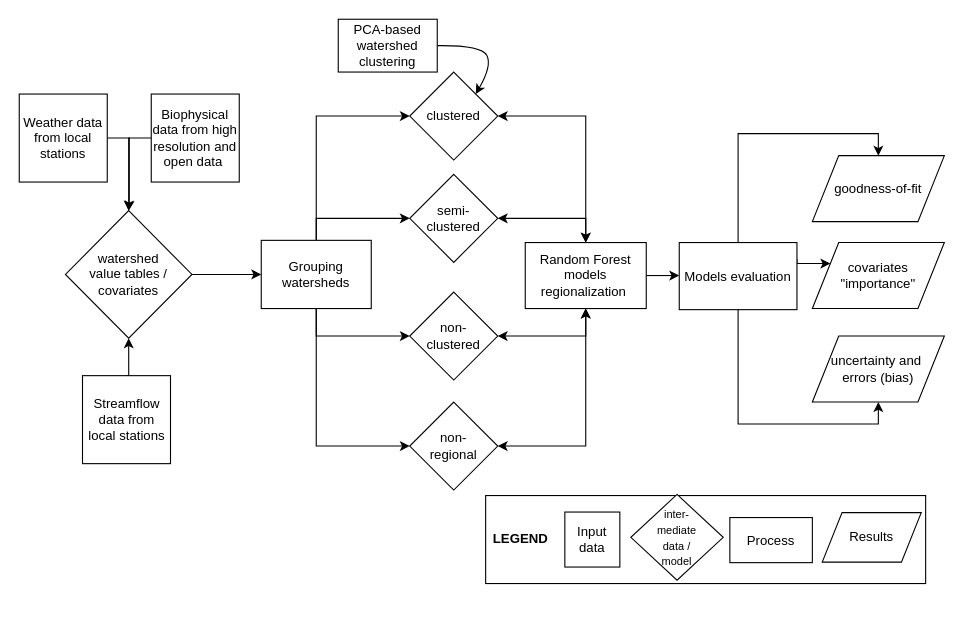
Above: streamflow_new.drawio in arnanaraza/diagrams (draw.io), before the change. Source tidied: cells renumbered, new cells numbered last; positions are measured from the earlier drawing's top-left corner, leaving out a move shared by most shapes. Both pictures are drawn from the tidied source at 110%, with x=0, y=0 at pixel (19, 19).
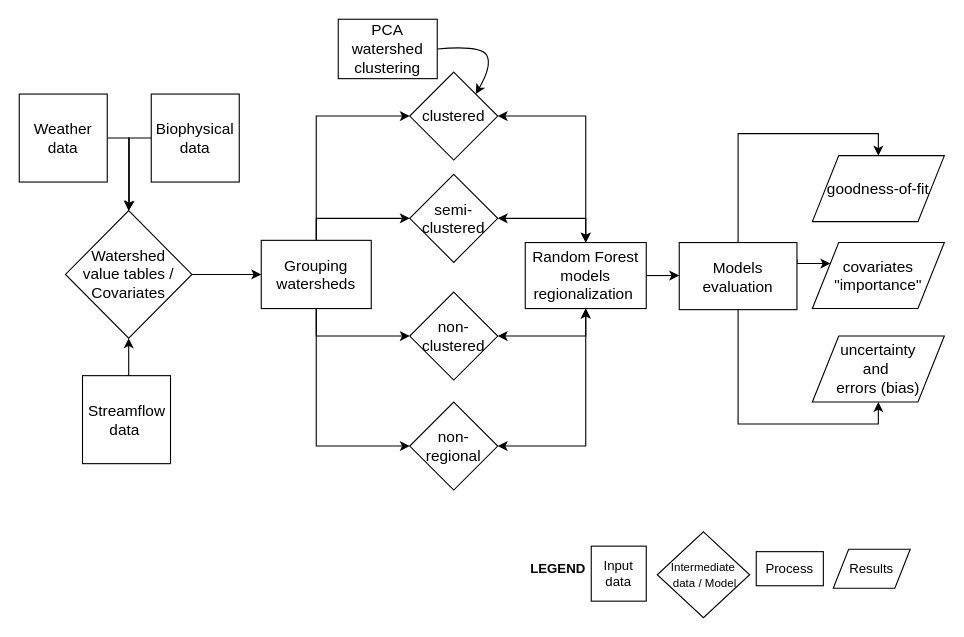
The same page after the edit.

What changed in the source:
```diff
@@
-    <mxCell id="2" style="rounded=0;whiteSpace=wrap;html=1;" parent="1" vertex="1">
-      <mxGeometry x="424" y="433" width="400" height="80" as="geometry" />
-    </mxCell>
@@
-    <mxCell id="7" value="Grouping watersheds" style="rounded=0;whiteSpace=wrap;html=1;" parent="1" vertex="1">
+    <mxCell id="7" value="&lt;font style=&quot;font-size: 14px&quot;&gt;Grouping watersheds&lt;/font&gt;" style="rounded=0;whiteSpace=wrap;html=1;" parent="1" vertex="1">
       <mxGeometry x="220" y="201" width="100" height="62" as="geometry" />
     </mxCell>
@@
-    <mxCell id="12" value="Random Forest models regionalization&amp;nbsp;" style="rounded=0;whiteSpace=wrap;html=1;" parent="1" vertex="1">
+    <mxCell id="12" value="&lt;font style=&quot;font-size: 14px&quot;&gt;Random Forest models regionalization&amp;nbsp;&lt;/font&gt;" style="rounded=0;whiteSpace=wrap;html=1;" parent="1" vertex="1">
       <mxGeometry x="460" y="203" width="110" height="60" as="geometry" />
     </mxCell>
@@
-    <mxCell id="14" value="watershed &lt;br&gt;value tables / covariates" style="rhombus;whiteSpace=wrap;html=1;" parent="1" vertex="1">
+    <mxCell id="14" value="&lt;font style=&quot;font-size: 14px&quot;&gt;Watershed &lt;br&gt;value tables / Covariates&lt;/font&gt;" style="rhombus;whiteSpace=wrap;html=1;" parent="1" vertex="1">
       <mxGeometry x="42" y="174" width="115" height="116" as="geometry" />
     </mxCell>
@@
-    <mxCell id="16" value="&lt;span&gt;Biophysical data from high resolution and open data&amp;nbsp;&lt;/span&gt;" style="whiteSpace=wrap;html=1;" parent="1" vertex="1">
+    <mxCell id="16" value="&lt;span&gt;&lt;font style=&quot;font-size: 14px&quot;&gt;Biophysical data&lt;/font&gt;&lt;/span&gt;" style="whiteSpace=wrap;html=1;" parent="1" vertex="1">
       <mxGeometry x="120" y="68" width="80" height="80" as="geometry" />
     </mxCell>
@@
-    <mxCell id="18" value="&lt;span&gt;Weather data from local stations&lt;/span&gt;" style="whiteSpace=wrap;html=1;" parent="1" vertex="1">
+    <mxCell id="18" value="&lt;font style=&quot;font-size: 14px&quot;&gt;Weather data&lt;/font&gt;" style="whiteSpace=wrap;html=1;" parent="1" vertex="1">
       <mxGeometry y="68" width="80" height="80" as="geometry" />
     </mxCell>
@@
-    <mxCell id="20" value="&lt;span&gt;Streamflow data from local stations&lt;/span&gt;" style="whiteSpace=wrap;html=1;" parent="1" vertex="1">
+    <mxCell id="20" value="&lt;span&gt;&lt;font style=&quot;font-size: 14px&quot;&gt;Streamflow data&amp;nbsp;&lt;/font&gt;&lt;/span&gt;" style="whiteSpace=wrap;html=1;" parent="1" vertex="1">
       <mxGeometry x="57.5" y="324" width="80" height="80" as="geometry" />
     </mxCell>
@@
-    <mxCell id="22" value="clustered" style="rhombus;whiteSpace=wrap;html=1;" parent="1" vertex="1">
+    <mxCell id="22" value="&lt;font style=&quot;font-size: 14px&quot;&gt;clustered&lt;/font&gt;" style="rhombus;whiteSpace=wrap;html=1;" parent="1" vertex="1">
       <mxGeometry x="355" y="48" width="80" height="80" as="geometry" />
     </mxCell>
-    <mxCell id="23" value="semi-clustered" style="rhombus;whiteSpace=wrap;html=1;" parent="1" vertex="1">
+    <mxCell id="23" value="&lt;font style=&quot;font-size: 14px&quot;&gt;semi-clustered&lt;/font&gt;" style="rhombus;whiteSpace=wrap;html=1;" parent="1" vertex="1">
       <mxGeometry x="355" y="141" width="80" height="80" as="geometry" />
     </mxCell>
-    <mxCell id="24" value="non-&lt;br&gt;clustered" style="rhombus;whiteSpace=wrap;html=1;" parent="1" vertex="1">
+    <mxCell id="24" value="&lt;font style=&quot;font-size: 14px&quot;&gt;non-&lt;br&gt;clustered&lt;/font&gt;" style="rhombus;whiteSpace=wrap;html=1;" parent="1" vertex="1">
       <mxGeometry x="355" y="248" width="80" height="80" as="geometry" />
     </mxCell>
-    <mxCell id="25" value="non-&lt;br&gt;regional" style="rhombus;whiteSpace=wrap;html=1;" parent="1" vertex="1">
+    <mxCell id="25" value="&lt;font style=&quot;font-size: 14px&quot;&gt;non-&lt;br&gt;regional&lt;/font&gt;" style="rhombus;whiteSpace=wrap;html=1;" parent="1" vertex="1">
       <mxGeometry x="355" y="348" width="80" height="80" as="geometry" />
     </mxCell>
@@
-    <mxCell id="29" value="Models evaluation" style="rounded=0;whiteSpace=wrap;html=1;" parent="1" vertex="1">
+    <mxCell id="29" value="&lt;font style=&quot;font-size: 14px&quot;&gt;Models evaluation&lt;/font&gt;" style="rounded=0;whiteSpace=wrap;html=1;" parent="1" vertex="1">
       <mxGeometry x="600" y="203" width="107" height="61" as="geometry" />
     </mxCell>
@@
-    <mxCell id="31" value="goodness-of-fit" style="shape=parallelogram;perimeter=parallelogramPerimeter;whiteSpace=wrap;html=1;" parent="1" vertex="1">
+    <mxCell id="31" value="&lt;font style=&quot;font-size: 14px&quot;&gt;goodness-of-fit&lt;/font&gt;" style="shape=parallelogram;perimeter=parallelogramPerimeter;whiteSpace=wrap;html=1;" parent="1" vertex="1">
       <mxGeometry x="721" y="124" width="120" height="60" as="geometry" />
     </mxCell>
-    <mxCell id="32" value="covariates &quot;importance&quot;" style="shape=parallelogram;perimeter=parallelogramPerimeter;whiteSpace=wrap;html=1;" parent="1" vertex="1">
+    <mxCell id="32" value="&lt;font style=&quot;font-size: 14px&quot;&gt;covariates &quot;importance&quot;&lt;/font&gt;" style="shape=parallelogram;perimeter=parallelogramPerimeter;whiteSpace=wrap;html=1;" parent="1" vertex="1">
       <mxGeometry x="721" y="203" width="120" height="60" as="geometry" />
     </mxCell>
-    <mxCell id="33" value="uncertainty and&amp;nbsp;&lt;br&gt;errors (bias)" style="shape=parallelogram;perimeter=parallelogramPerimeter;whiteSpace=wrap;html=1;" parent="1" vertex="1">
+    <mxCell id="33" value="&lt;font style=&quot;font-size: 14px&quot;&gt;uncertainty &lt;br&gt;and&amp;nbsp;&lt;br&gt;errors (bias)&lt;/font&gt;" style="shape=parallelogram;perimeter=parallelogramPerimeter;whiteSpace=wrap;html=1;" parent="1" vertex="1">
       <mxGeometry x="721" y="288" width="120" height="60" as="geometry" />
     </mxCell>
     <mxCell id="34" value="&lt;span&gt;Input data&lt;/span&gt;" style="whiteSpace=wrap;html=1;" parent="1" vertex="1">
-      <mxGeometry x="496" y="448" width="50" height="50" as="geometry" />
+      <mxGeometry x="520" y="479" width="50" height="50" as="geometry" />
     </mxCell>
-    <mxCell id="35" value="&lt;font style=&quot;font-size: 10px&quot;&gt;inter-&lt;br&gt;mediate &lt;br&gt;data /&lt;br&gt;model&lt;/font&gt;" style="rhombus;whiteSpace=wrap;html=1;" parent="1" vertex="1">
-      <mxGeometry x="556" y="432" width="84" height="78" as="geometry" />
+    <mxCell id="35" value="&lt;font style=&quot;font-size: 10.5px&quot;&gt;Intermediate&lt;br&gt;&amp;nbsp;data / Model&lt;/font&gt;" style="rhombus;whiteSpace=wrap;html=1;" parent="1" vertex="1">
+      <mxGeometry x="580" y="466" width="84" height="78" as="geometry" />
     </mxCell>
     <mxCell id="36" value="Process" style="rounded=0;whiteSpace=wrap;html=1;" parent="1" vertex="1">
-      <mxGeometry x="646" y="453" width="75" height="41" as="geometry" />
+      <mxGeometry x="670" y="484" width="61" height="31" as="geometry" />
     </mxCell>
     <mxCell id="37" value="Results" style="shape=parallelogram;perimeter=parallelogramPerimeter;whiteSpace=wrap;html=1;" parent="1" vertex="1">
-      <mxGeometry x="730" y="448.5" width="90" height="45" as="geometry" />
+      <mxGeometry x="740" y="481.8" width="70" height="35.5" as="geometry" />
     </mxCell>
     <mxCell id="38" value="LEGEND" style="text;html=1;strokeColor=none;fillColor=none;align=center;verticalAlign=middle;whiteSpace=wrap;rounded=0;fontStyle=1;" parent="1" vertex="1">
-      <mxGeometry x="436" y="463" width="40" height="20" as="geometry" />
+      <mxGeometry x="470" y="489.5" width="40" height="20" as="geometry" />
     </mxCell>
-    <mxCell id="39" value="PCA-based watershed clustering" style="rounded=0;whiteSpace=wrap;html=1;" parent="1" vertex="1">
-      <mxGeometry x="290" width="90" height="48" as="geometry" />
+    <mxCell id="39" value="&lt;font style=&quot;font-size: 14px&quot;&gt;PCA &lt;br&gt;watershed clustering&lt;/font&gt;" style="rounded=0;whiteSpace=wrap;html=1;" parent="1" vertex="1">
+      <mxGeometry x="290" width="90" height="54" as="geometry" />
     </mxCell>
```
